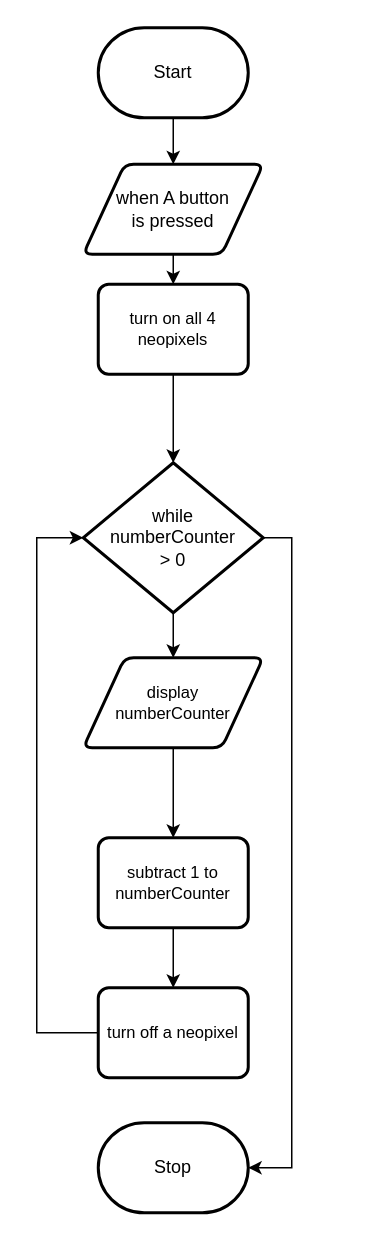
Before: design/flowchart.drawio in MTHS-TEJ2O-1-2024/TEJ2O-Unit-2-13B-bain-liao, a draw.io diagram. Source tidied: cells renumbered, new cells numbered last; positions are measured from the earlier drawing's top-left corner, leaving out a move shared by most shapes. Both pictures are drawn from the tidied source at 150%, with x=0, y=0 at pixel (36, 27).
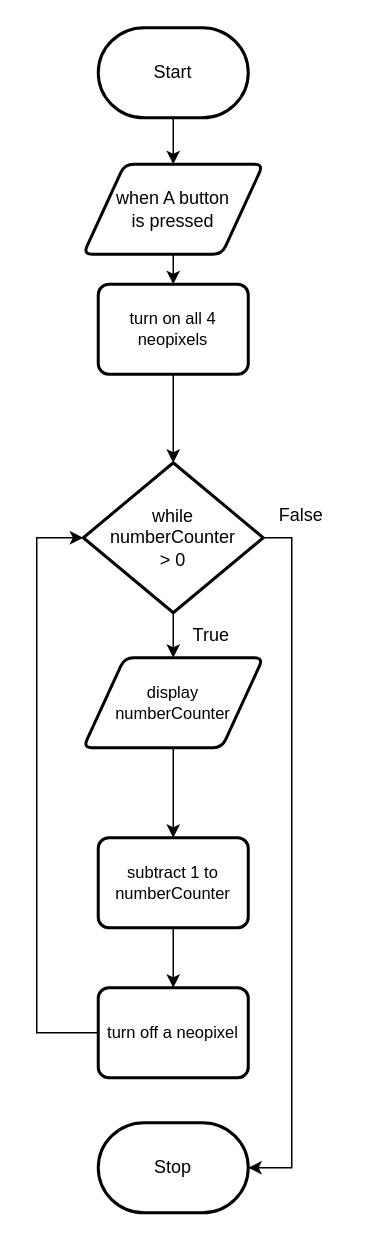
The same diagram, later.

Commit message (it also covers changes not shown here):
added false and true text

Change to the diagram source:
```diff
@@
+    <mxCell id="18" value="False" style="text;html=1;align=center;verticalAlign=middle;strokeColor=none;fillColor=none;" parent="1" vertex="1">
+      <mxGeometry x="151" y="310" width="50" height="30" as="geometry" />
+    </mxCell>
+    <mxCell id="19" value="True" style="text;html=1;align=center;verticalAlign=middle;strokeColor=none;fillColor=none;" parent="1" vertex="1">
+      <mxGeometry x="91" y="390" width="50" height="30" as="geometry" />
+    </mxCell>
```
